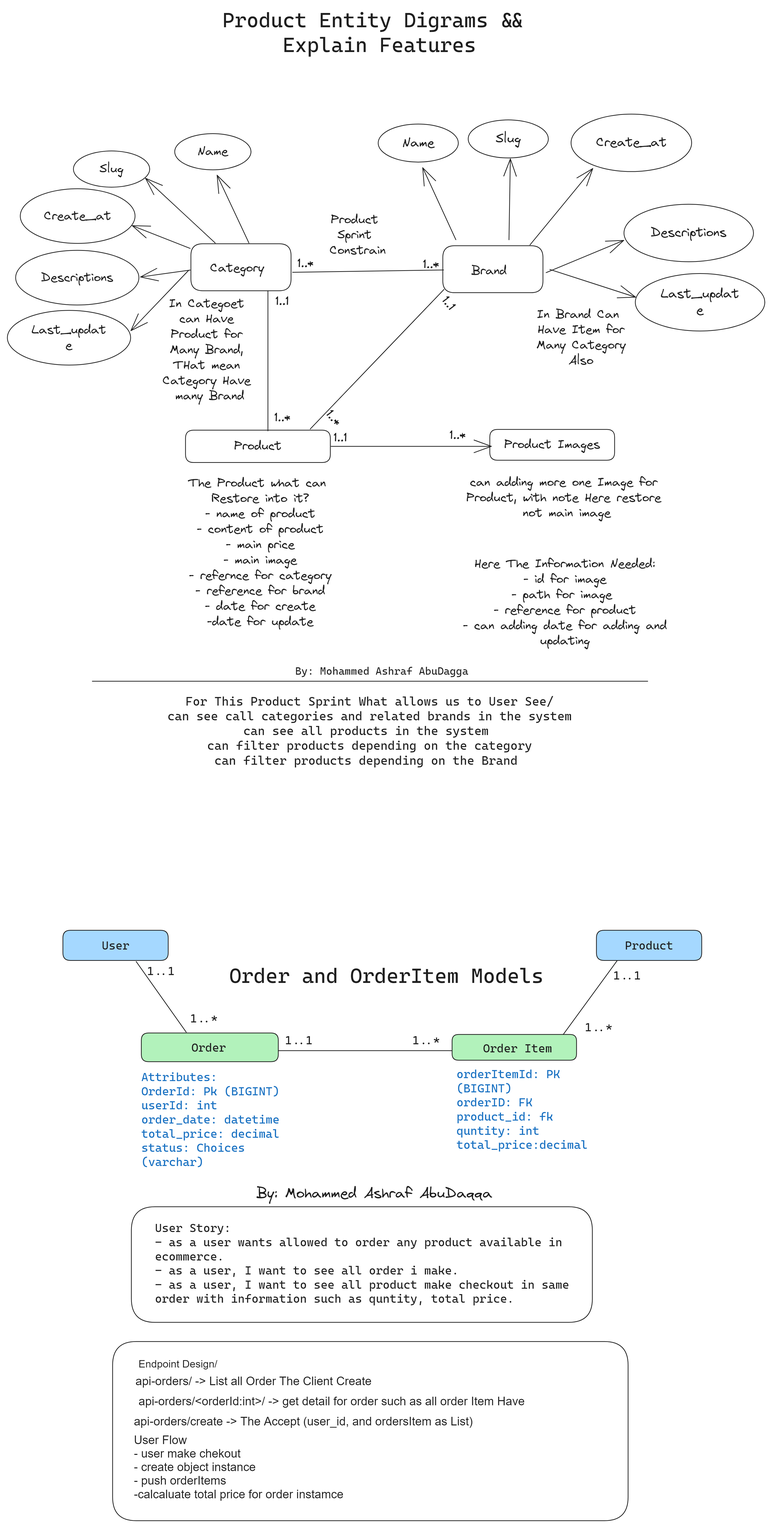
The Excalidraw diagram documents/images/Orders.png in mohammedashrafdagga/dj_ecommerce_api, before a commit. Source tidied: one line per element, renumbered; positions are measured from the earlier drawing's top-left corner, leaving out a move shared by most shapes.
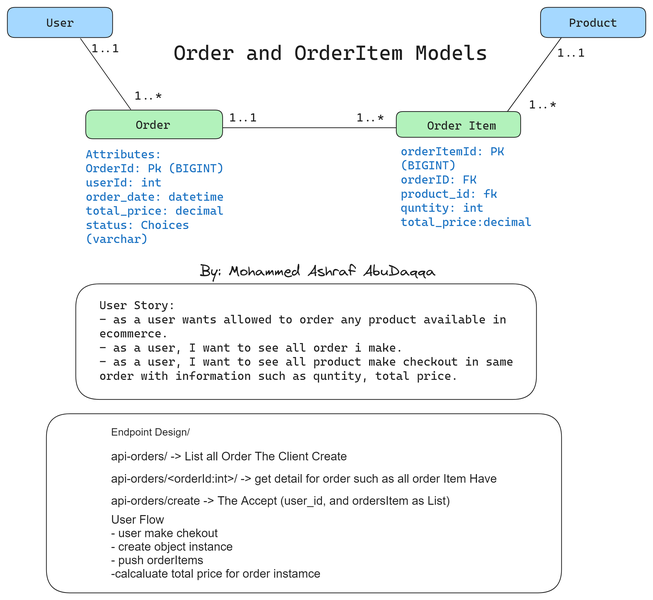
The same diagram one commit later.

Commit message:
create serializers and views for orders app

The edit, as a diff of the source:
```diff
@@ -1,63 +1,3 @@
-{"id": 0, "type": "line", "strokeColor": "#1e1e1e", "strokeWidth": 1, "roughness": 0, "round": true, "x": 870, "y": 915, "width": 754, "height": 0, "points": [[0, 0], [-754, 0]]}
-{"id": 1, "type": "text", "text": "For This Product Sprint What allows us to User See/\ncan see call categories and related brands in the system\ncan see all products in the system \ncan filter products depending on the category\ncan filter products depending on the Brand \n", "strokeColor": "#1e1e1e", "strokeWidth": 1, "roughness": 0, "fontSize": 16.74, "fontFamily": 3, "textAlign": "center", "verticalAlign": "middle", "x": 123, "y": 932, "width": 739, "height": 121}
-{"id": 2, "type": "text", "text": "In Brand Can \nHave Item for\nMany Category\nAlso", "strokeColor": "#1e1e1e", "strokeWidth": 1, "roughness": 0, "fontSize": 16.74, "fontFamily": 1, "textAlign": "center", "verticalAlign": "middle", "x": 717, "y": 407, "width": 124, "height": 84}
-{"id": 3, "type": "rectangle", "strokeColor": "#1e1e1e", "strokeWidth": 1, "roughness": 0, "round": true, "x": 249, "y": 321, "width": 136, "height": 64}
-{"id": 4, "type": "text", "text": "Category", "strokeColor": "#1e1e1e", "strokeWidth": 1, "roughness": 0, "fontSize": 16.74, "fontFamily": 1, "textAlign": "center", "verticalAlign": "middle", "x": 275, "y": 344, "width": 73, "height": 21}
-{"id": 5, "type": "rectangle", "strokeColor": "#1e1e1e", "strokeWidth": 1, "roughness": 0, "round": true, "x": 591, "y": 324, "width": 136, "height": 64}
-{"id": 6, "type": "text", "text": "Brand", "strokeColor": "#1e1e1e", "strokeWidth": 1, "roughness": 0, "fontSize": 16.74, "fontFamily": 1, "textAlign": "center", "verticalAlign": "middle", "x": 630, "y": 348, "width": 48, "height": 21}
-{"id": 7, "type": "text", "text": "In Categoet \ncan Have \nProduct for \nMany Brand, \nTHat mean \nCategory Have \nmany Brand", "strokeColor": "#1e1e1e", "strokeWidth": 1, "roughness": 0, "fontSize": 16.74, "fontFamily": 1, "textAlign": "center", "verticalAlign": "middle", "x": 211, "y": 392, "width": 129, "height": 146}
-{"id": 8, "type": "line", "strokeColor": "#1e1e1e", "strokeWidth": 1, "roughness": 0, "round": true, "x": 387, "y": 360, "width": 205, "height": 3, "points": [[0, 0], [205, -3]]}
-{"id": 9, "type": "text", "text": "1..*", "strokeColor": "#1e1e1e", "strokeWidth": 1, "roughness": 0, "fontSize": 16.74, "fontFamily": 1, "textAlign": "center", "verticalAlign": "middle", "x": 564, "y": 339, "width": 22, "height": 21}
-{"id": 10, "type": "text", "text": "1..*", "strokeColor": "#1e1e1e", "strokeWidth": 1, "roughness": 0, "fontSize": 16.74, "fontFamily": 1, "textAlign": "center", "verticalAlign": "middle", "x": 394, "y": 338, "width": 22, "height": 21}
-{"id": 11, "type": "text", "text": "Product \nSprint \nConstrain", "strokeColor": "#1e1e1e", "strokeWidth": 1, "roughness": 0, "fontSize": 16.74, "fontFamily": 1, "textAlign": "center", "verticalAlign": "middle", "x": 431, "y": 278, "width": 89, "height": 63}
-{"id": 12, "type": "arrow", "strokeColor": "#1e1e1e", "strokeWidth": 1, "roughness": 0, "endArrowhead": "arrow", "round": true, "from": 3, "x": 328, "y": 320, "width": 43, "height": 92, "points": [[0, 0], [-43, -92]]}
-{"id": 13, "type": "ellipse", "strokeColor": "#1e1e1e", "strokeWidth": 1, "roughness": 0, "round": true, "x": 227, "y": 172, "width": 104, "height": 49}
-{"id": 14, "type": "text", "text": "Name", "strokeColor": "#1e1e1e", "strokeWidth": 1, "roughness": 0, "fontSize": 16.74, "fontFamily": 1, "textAlign": "center", "verticalAlign": "middle", "inside": 13, "x": 258, "y": 186, "width": 42, "height": 21}
-{"id": 15, "type": "ellipse", "strokeColor": "#1e1e1e", "strokeWidth": 1, "roughness": 0, "round": true, "x": 90, "y": 195, "width": 104, "height": 49}
-{"id": 16, "type": "text", "text": "Slug", "strokeColor": "#1e1e1e", "strokeWidth": 1, "roughness": 0, "fontSize": 16.74, "fontFamily": 1, "textAlign": "center", "verticalAlign": "middle", "inside": 15, "x": 125, "y": 209, "width": 32, "height": 21}
-{"id": 17, "type": "arrow", "strokeColor": "#1e1e1e", "strokeWidth": 1, "roughness": 0, "endArrowhead": "arrow", "round": true, "from": 3, "to": 15, "x": 282, "y": 320, "width": 95, "height": 88, "points": [[0, 0], [-95, -88]]}
-{"id": 18, "type": "ellipse", "strokeColor": "#1e1e1e", "strokeWidth": 1, "roughness": 0, "round": true, "x": 11, "y": 330, "width": 167, "height": 74}
-{"id": 19, "type": "text", "text": "Descriptions", "strokeColor": "#1e1e1e", "strokeWidth": 1, "roughness": 0, "fontSize": 16.74, "fontFamily": 1, "textAlign": "center", "verticalAlign": "middle", "inside": 18, "x": 46, "y": 357, "width": 98, "height": 21}
-{"id": 20, "type": "arrow", "strokeColor": "#1e1e1e", "strokeWidth": 1, "roughness": 0, "endArrowhead": "arrow", "round": true, "from": 3, "to": 18, "x": 248, "y": 357, "width": 67, "height": 9, "points": [[0, 0], [-67, 9]]}
-{"id": 21, "type": "ellipse", "strokeColor": "#1e1e1e", "strokeWidth": 1, "roughness": 0, "round": true, "x": 18, "y": 246, "width": 156, "height": 74}
-{"id": 22, "type": "text", "text": "Create_at", "strokeColor": "#1e1e1e", "strokeWidth": 1, "roughness": 0, "fontSize": 16.74, "fontFamily": 1, "textAlign": "center", "verticalAlign": "middle", "inside": 21, "x": 50, "y": 273, "width": 91, "height": 21}
-{"id": 23, "type": "arrow", "strokeColor": "#1e1e1e", "strokeWidth": 1, "roughness": 0, "endArrowhead": "arrow", "round": true, "from": 3, "to": 21, "x": 248, "y": 327, "width": 79, "height": 31, "points": [[0, 0], [-79, -31]]}
-{"id": 24, "type": "ellipse", "strokeColor": "#1e1e1e", "strokeWidth": 1, "roughness": 0, "round": true, "x": 0, "y": 412, "width": 167, "height": 74}
-{"id": 25, "type": "text", "text": "Last_updat\ne", "strokeColor": "#1e1e1e", "strokeWidth": 1, "roughness": 0, "fontSize": 16.74, "fontFamily": 1, "textAlign": "center", "verticalAlign": "middle", "inside": 24, "x": 33, "y": 428, "width": 101, "height": 42}
-{"id": 26, "type": "arrow", "strokeColor": "#1e1e1e", "strokeWidth": 1, "roughness": 0, "endArrowhead": "arrow", "round": true, "from": 3, "to": 24, "x": 246, "y": 357, "width": 78, "height": 82, "points": [[0, 0], [-78, 82]]}
-{"id": 27, "type": "arrow", "strokeColor": "#1e1e1e", "strokeWidth": 1, "roughness": 0, "endArrowhead": "arrow", "round": true, "x": 609, "y": 316, "width": 45, "height": 98, "points": [[0, 0], [-45, -98]]}
-{"id": 28, "type": "ellipse", "strokeColor": "#1e1e1e", "strokeWidth": 1, "roughness": 0, "round": true, "x": 504, "y": 158, "width": 109, "height": 52}
-{"id": 29, "type": "text", "text": "Name", "strokeColor": "#1e1e1e", "strokeWidth": 1, "roughness": 0, "fontSize": 17.58, "fontFamily": 1, "textAlign": "center", "verticalAlign": "middle", "inside": 28, "x": 536, "y": 174, "width": 44, "height": 22}
-{"id": 30, "type": "ellipse", "strokeColor": "#1e1e1e", "strokeWidth": 1, "roughness": 0, "round": true, "x": 626, "y": 153, "width": 109, "height": 52}
-{"id": 31, "type": "text", "text": "Slug", "strokeColor": "#1e1e1e", "strokeWidth": 1, "roughness": 0, "fontSize": 17.58, "fontFamily": 1, "textAlign": "center", "verticalAlign": "middle", "inside": 30, "x": 663, "y": 168, "width": 34, "height": 22}
-{"id": 32, "type": "arrow", "strokeColor": "#1e1e1e", "strokeWidth": 1, "roughness": 0, "endArrowhead": "arrow", "round": true, "from": 5, "to": 30, "x": 681, "y": 316, "width": 2, "height": 110, "points": [[0, 0], [2, -110]]}
-{"id": 33, "type": "ellipse", "strokeColor": "#1e1e1e", "strokeWidth": 1, "roughness": 0, "round": true, "x": 837, "y": 267, "width": 176, "height": 78}
-{"id": 34, "type": "text", "text": "Descriptions", "strokeColor": "#1e1e1e", "strokeWidth": 1, "roughness": 0, "fontSize": 17.58, "fontFamily": 1, "textAlign": "center", "verticalAlign": "middle", "inside": 33, "x": 874, "y": 295, "width": 103, "height": 22}
-{"id": 35, "type": "arrow", "strokeColor": "#1e1e1e", "strokeWidth": 1, "roughness": 0, "endArrowhead": "arrow", "round": true, "from": 5, "to": 33, "x": 732, "y": 360, "width": 105, "height": 44, "points": [[0, 0], [105, -44]]}
-{"id": 36, "type": "ellipse", "strokeColor": "#1e1e1e", "strokeWidth": 1, "roughness": 0, "round": true, "x": 765, "y": 145, "width": 164, "height": 78}
-{"id": 37, "type": "text", "text": "Create_at", "strokeColor": "#1e1e1e", "strokeWidth": 1, "roughness": 0, "fontSize": 17.58, "fontFamily": 1, "textAlign": "center", "verticalAlign": "middle", "inside": 36, "x": 799, "y": 173, "width": 96, "height": 22}
-{"id": 38, "type": "arrow", "strokeColor": "#1e1e1e", "strokeWidth": 1, "roughness": 0, "endArrowhead": "arrow", "round": true, "from": 5, "to": 36, "x": 710, "y": 323, "width": 85, "height": 104, "points": [[0, 0], [85, -104]]}
-{"id": 39, "type": "ellipse", "strokeColor": "#1e1e1e", "strokeWidth": 1, "roughness": 0, "round": true, "x": 853, "y": 362, "width": 176, "height": 78}
-{"id": 40, "type": "text", "text": "Last_updat\ne", "strokeColor": "#1e1e1e", "strokeWidth": 1, "roughness": 0, "fontSize": 17.58, "fontFamily": 1, "textAlign": "center", "verticalAlign": "middle", "inside": 39, "x": 887, "y": 378, "width": 107, "height": 44}
-{"id": 41, "type": "arrow", "strokeColor": "#1e1e1e", "strokeWidth": 1, "roughness": 0, "endArrowhead": "arrow", "round": true, "from": 5, "to": 39, "x": 737, "y": 356, "width": 116, "height": 38, "points": [[0, 0], [116, 38]]}
-{"id": 42, "type": "rectangle", "strokeColor": "#1e1e1e", "strokeWidth": 1, "roughness": 0, "round": true, "x": 242, "y": 574, "width": 197, "height": 44}
-{"id": 43, "type": "text", "text": "Product", "strokeColor": "#1e1e1e", "strokeWidth": 1, "roughness": 0, "fontSize": 16.74, "fontFamily": 1, "textAlign": "center", "verticalAlign": "middle", "x": 308, "y": 586, "width": 64, "height": 21}
-{"id": 44, "type": "text", "text": "The Product what can \nRestore into it?\n- name of product\n- content of product\n- main price\n- main image\n- refernce for category\n- reference for brand\n- date for create\n-date for update\n", "strokeColor": "#1e1e1e", "strokeWidth": 1, "roughness": 0, "fontSize": 16.74, "fontFamily": 1, "textAlign": "center", "verticalAlign": "middle", "x": 224, "y": 636, "width": 239, "height": 230}
-{"id": 45, "type": "text", "text": "1..*", "strokeColor": "#1e1e1e", "strokeWidth": 1, "roughness": 0, "fontSize": 16.74, "fontFamily": 1, "textAlign": "center", "verticalAlign": "middle", "x": 585, "y": 571, "width": 53, "height": 21}
-{"id": 46, "type": "text", "text": "1..1", "strokeColor": "#1e1e1e", "strokeWidth": 1, "roughness": 0, "fontSize": 16.74, "fontFamily": 1, "textAlign": "center", "verticalAlign": "middle", "x": 443, "y": 574, "width": 18, "height": 21}
-{"id": 47, "type": "arrow", "strokeColor": "#1e1e1e", "strokeWidth": 1, "roughness": 0, "endArrowhead": "arrow", "round": true, "from": 46, "to": 48, "x": 440, "y": 596, "width": 218, "height": 0, "points": [[0, 0], [218, 0]]}
-{"id": 48, "type": "rectangle", "strokeColor": "#1e1e1e", "strokeWidth": 1, "roughness": 0, "round": true, "x": 655, "y": 573, "width": 169, "height": 42}
-{"id": 49, "type": "text", "text": "Product Images", "strokeColor": "#1e1e1e", "strokeWidth": 1, "roughness": 0, "fontSize": 16.74, "fontFamily": 1, "textAlign": "center", "verticalAlign": "middle", "inside": 48, "x": 675, "y": 584, "width": 130, "height": 21}
-{"id": 50, "type": "text", "text": "can adding more one Image for \nProduct, with note Here restore \nnot main image", "strokeColor": "#1e1e1e", "strokeWidth": 1, "roughness": 0, "fontSize": 16.74, "fontFamily": 1, "textAlign": "center", "verticalAlign": "middle", "x": 621, "y": 635, "width": 278, "height": 63}
-{"id": 51, "type": "text", "text": "Here The Information Needed:\n- id for image\n- path for image \n- reference for product\n- can adding date for adding and\nupdating", "strokeColor": "#1e1e1e", "strokeWidth": 1, "roughness": 0, "fontSize": 16.74, "fontFamily": 1, "textAlign": "center", "verticalAlign": "middle", "x": 617, "y": 746, "width": 279, "height": 126}
-{"id": 52, "type": "line", "strokeColor": "#1e1e1e", "strokeWidth": 1, "roughness": 0, "round": true, "x": 354, "y": 385, "width": 0, "height": 190, "points": [[0, 0], [0, 190]]}
-{"id": 53, "type": "text", "text": "1..1", "strokeColor": "#1e1e1e", "strokeWidth": 1, "roughness": 0, "fontSize": 16.74, "fontFamily": 1, "textAlign": "center", "verticalAlign": "middle", "x": 364, "y": 389, "width": 18, "height": 21}
-{"id": 54, "type": "text", "text": "1..*", "strokeColor": "#1e1e1e", "strokeWidth": 1, "roughness": 0, "fontSize": 16.74, "fontFamily": 1, "textAlign": "center", "verticalAlign": "middle", "x": 363, "y": 547, "width": 22, "height": 21}
-{"id": 55, "type": "line", "strokeColor": "#1e1e1e", "angle": 0.89, "strokeWidth": 1, "roughness": 0, "round": true, "from": 56, "to": 42, "x": 485, "y": 348, "width": 34, "height": 260, "points": [[0, 0], [34, 260]]}
-{"id": 56, "type": "text", "text": "1..1", "strokeColor": "#1e1e1e", "angle": 0.89, "strokeWidth": 1, "roughness": 0, "fontSize": 16.74, "fontFamily": 1, "textAlign": "center", "verticalAlign": "middle", "x": 590, "y": 392, "width": 18, "height": 21}
-{"id": 57, "type": "text", "text": "1..*", "strokeColor": "#1e1e1e", "angle": 0.89, "strokeWidth": 1, "roughness": 0, "fontSize": 16.74, "fontFamily": 1, "textAlign": "center", "verticalAlign": "middle", "x": 432, "y": 548, "width": 22, "height": 21}
-{"id": 58, "type": "text", "text": "By: Mohammed Ashraf AbuDagga", "strokeColor": "#1e1e1e", "strokeWidth": 1, "roughness": 0, "fontSize": 14.33, "fontFamily": 3, "textAlign": "center", "verticalAlign": "middle", "x": 379, "y": 892, "width": 259, "height": 17}
-{"id": 59, "type": "text", "text": "Product Entity Digrams && \nExplain Features", "strokeColor": "#1e1e1e", "strokeWidth": 1, "roughness": 0, "fontSize": 28, "fontFamily": 3, "textAlign": "center", "verticalAlign": "middle", "x": 283, "y": 0, "width": 444, "height": 67}
 {"id": 60, "type": "text", "text": "Order and OrderItem Models", "strokeColor": "#1e1e1e", "strokeWidth": 1, "roughness": 0, "fontSize": 28, "fontFamily": 3, "textAlign": "center", "x": 262, "y": 1298, "width": 506, "height": 34}
 {"id": 61, "type": "text", "text": "User Story:\n- as a user wants allowed to order any product available in \necommerce.\n- as a user, I want to see all order i make.\n- as a user, I want to see all product make checkout in same \norder with information such as quntity, total price.\n", "strokeColor": "#1e1e1e", "strokeWidth": 1, "roughness": 0, "fontSize": 16, "fontFamily": 3, "x": 200, "y": 1648, "width": 579, "height": 134}
 {"id": 62, "type": "rectangle", "strokeColor": "#1e1e1e", "strokeWidth": 1, "roughness": 0, "round": true, "x": 168, "y": 1629, "width": 626, "height": 157}
@@ -80,10 +20,10 @@
 {"id": 79, "type": "line", "strokeColor": "#1e1e1e", "backgroundColor": "#a5d8ff", "fillStyle": "solid", "strokeWidth": 1, "roughness": 0, "round": true, "x": 828, "y": 1295, "width": 73, "height": 100, "points": [[0, 0], [-73, 100]]}
 {"id": 80, "type": "text", "text": "1..1", "strokeColor": "#1e1e1e", "backgroundColor": "#a5d8ff", "fillStyle": "solid", "strokeWidth": 1, "roughness": 0, "fontSize": 16, "fontFamily": 3, "textAlign": "center", "x": 823, "y": 1305, "width": 38, "height": 19}
 {"id": 81, "type": "text", "text": "1..*", "strokeColor": "#1e1e1e", "backgroundColor": "#a5d8ff", "fillStyle": "solid", "strokeWidth": 1, "roughness": 0, "fontSize": 16, "fontFamily": 3, "textAlign": "center", "x": 784, "y": 1375, "width": 38, "height": 19}
-{"id": 82, "type": "text", "text": "By: Mohammed Ashraf AbuDaqqa", "strokeColor": "#1e1e1e", "backgroundColor": "#a5d8ff", "fillStyle": "solid", "strokeWidth": 1, "roughness": 0, "fontSize": 20, "fontFamily": 1, "textAlign": "center", "x": 302, "y": 1599, "width": 393, "height": 25}
+{"id": 82, "type": "text", "text": "By: Mohammed Ashraf AbuDaqqa", "strokeColor": "#1e1e1e", "backgroundColor": "#a5d8ff", "fillStyle": "solid", "strokeWidth": 1, "roughness": 0, "fontSize": 20, "fontFamily": 1, "textAlign": "center", "x": 301, "y": 1600, "width": 393, "height": 25}
-{"id": 83, "type": "rectangle", "strokeColor": "#1e1e1e", "strokeWidth": 1, "roughness": 0, "round": true, "x": 143, "y": 1812, "width": 700, "height": 243}
+{"id": 83, "type": "rectangle", "strokeColor": "#1e1e1e", "strokeWidth": 1, "roughness": 0, "round": true, "x": 128, "y": 1805, "width": 700, "height": 243}
-{"id": 84, "type": "text", "text": "api-orders/create -> The Accept (user_id, and ordersItem as List)", "strokeColor": "#1e1e1e", "strokeWidth": 1, "roughness": 0, "fontSize": 16, "fontFamily": 2, "x": 172, "y": 1911, "width": 460, "height": 18}
+{"id": 84, "type": "text", "text": "api-orders/create -> The Accept (user_id, and ordersItem as List)", "strokeColor": "#1e1e1e", "backgroundColor": "#626262", "fillStyle": "solid", "strokeWidth": 1, "roughness": 0, "fontSize": 16, "fontFamily": 2, "x": 216, "y": 1915, "width": 460, "height": 18}
-{"id": 85, "type": "text", "text": "User Flow\n- user make chekout\n- create object instance\n- push orderItems\n-calcaluate total price for order instamce", "strokeColor": "#1e1e1e", "strokeWidth": 1, "roughness": 0, "fontSize": 16, "fontFamily": 2, "x": 172, "y": 1937, "width": 285, "height": 92}
+{"id": 85, "type": "text", "text": "User Flow\n- user make chekout\n- create object instance\n- push orderItems\n-calcaluate total price for order instamce", "strokeColor": "#1e1e1e", "backgroundColor": "#626262", "fillStyle": "solid", "strokeWidth": 1, "roughness": 0, "fontSize": 16, "fontFamily": 2, "x": 216, "y": 1940, "width": 285, "height": 92}
-{"id": 86, "type": "text", "text": "Endpoint Design/\n", "strokeColor": "#1e1e1e", "strokeWidth": 1, "roughness": 0, "fontSize": 14.07, "fontFamily": 2, "x": 178, "y": 1834, "width": 107, "height": 32}
+{"id": 86, "type": "text", "text": "Endpoint Design/\n", "strokeColor": "#1e1e1e", "backgroundColor": "#626262", "fillStyle": "solid", "strokeWidth": 1, "roughness": 0, "fontSize": 14.07, "fontFamily": 2, "x": 216, "y": 1822, "width": 107, "height": 32}
-{"id": 87, "type": "text", "text": "api-orders/ -> List all Order The Client Create", "strokeColor": "#1e1e1e", "strokeWidth": 1, "roughness": 0, "fontSize": 16, "fontFamily": 2, "x": 174, "y": 1857, "width": 321, "height": 18}
+{"id": 87, "type": "text", "text": "api-orders/ -> List all Order The Client Create", "strokeColor": "#1e1e1e", "backgroundColor": "#626262", "fillStyle": "solid", "strokeWidth": 1, "roughness": 0, "fontSize": 16, "fontFamily": 2, "x": 216, "y": 1854, "width": 321, "height": 18}
-{"id": 88, "type": "text", "text": "api-orders/<orderId:int>/ -> get detail for order such as all order Item Have", "strokeColor": "#1e1e1e", "strokeWidth": 1, "roughness": 0, "fontSize": 16, "fontFamily": 2, "x": 178, "y": 1884, "width": 524, "height": 18}
+{"id": 88, "type": "text", "text": "api-orders/<orderId:int>/ -> get detail for order such as all order Item Have", "strokeColor": "#1e1e1e", "backgroundColor": "#626262", "fillStyle": "solid", "strokeWidth": 1, "roughness": 0, "fontSize": 16, "fontFamily": 2, "x": 216, "y": 1884, "width": 524, "height": 18}
```
